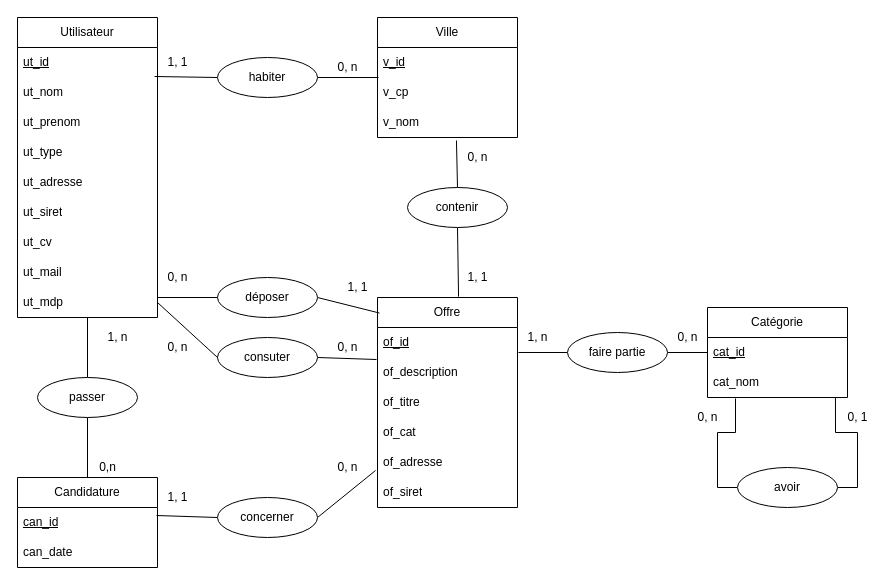
The draw.io diagram AMDWeb.drawio in Jojogit68/isoflat.github.io, before the edit. Source tidied: cells renumbered, new cells numbered last; positions are measured from the earlier drawing's top-left corner, leaving out a move shared by most shapes. Both pictures are drawn from the tidied source at 100%, with x=0, y=0 at pixel (17, 17).
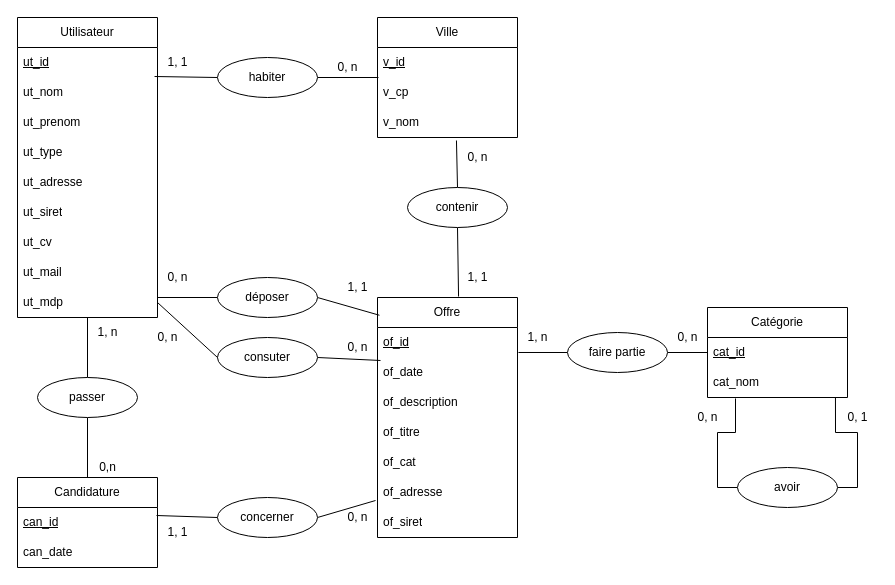
The same page after the edit.

Commit message (it also covers changes not shown here):
Mettre à jour AMDWeb.drawio

Unchanged cells that the change refers to:
```xml
<mxCell id="61" value="consuter" style="ellipse;whiteSpace=wrap;html=1;" parent="1" vertex="1">
  <mxGeometry x="200" y="320" width="100" height="40" as="geometry" />
</mxCell>
```

The edit, as a diff of the source:
```diff
@@
     <mxCell id="5" value="Offre" style="swimlane;fontStyle=0;horizontal=1;startSize=30;whiteSpace=wrap;html=1;" parent="1" vertex="1">
-      <mxGeometry x="360" y="280" width="140" height="210" as="geometry" />
+      <mxGeometry x="360" y="280" width="140" height="240" as="geometry" />
     </mxCell>
@@
+    <mxCell id="70" value="of_date" style="text;strokeColor=none;fillColor=none;align=left;verticalAlign=middle;spacingLeft=4;spacingRight=4;overflow=hidden;whiteSpace=wrap;html=1;" parent="5" vertex="1">
+      <mxGeometry y="60" width="140" height="30" as="geometry" />
+    </mxCell>
     <mxCell id="7" value="of_description" style="text;strokeColor=none;fillColor=none;align=left;verticalAlign=middle;spacingLeft=4;spacingRight=4;overflow=hidden;points=[[0,0.5],[1,0.5]];portConstraint=eastwest;whiteSpace=wrap;html=1;" parent="5" vertex="1">
-      <mxGeometry y="60" width="140" height="30" as="geometry" />
+      <mxGeometry y="90" width="140" height="30" as="geometry" />
     </mxCell>
     <mxCell id="8" value="of_titre" style="text;strokeColor=none;fillColor=none;align=left;verticalAlign=middle;spacingLeft=4;spacingRight=4;overflow=hidden;whiteSpace=wrap;html=1;" parent="5" vertex="1">
-      <mxGeometry y="90" width="140" height="30" as="geometry" />
+      <mxGeometry y="120" width="140" height="30" as="geometry" />
     </mxCell>
     <mxCell id="9" value="of_cat" style="text;strokeColor=none;fillColor=none;align=left;verticalAlign=middle;spacingLeft=4;spacingRight=4;overflow=hidden;whiteSpace=wrap;html=1;" parent="5" vertex="1">
-      <mxGeometry y="120" width="140" height="30" as="geometry" />
+      <mxGeometry y="150" width="140" height="30" as="geometry" />
     </mxCell>
     <mxCell id="10" value="of_adresse" style="text;strokeColor=none;fillColor=none;align=left;verticalAlign=middle;spacingLeft=4;spacingRight=4;overflow=hidden;points=[[0,0.5],[1,0.5]];portConstraint=eastwest;whiteSpace=wrap;html=1;" parent="5" vertex="1">
-      <mxGeometry y="150" width="140" height="30" as="geometry" />
+      <mxGeometry y="180" width="140" height="30" as="geometry" />
     </mxCell>
     <mxCell id="11" value="of_siret" style="text;strokeColor=none;fillColor=none;align=left;verticalAlign=middle;spacingLeft=4;spacingRight=4;overflow=hidden;whiteSpace=wrap;html=1;" parent="5" vertex="1">
-      <mxGeometry y="180" width="140" height="30" as="geometry" />
+      <mxGeometry y="210" width="140" height="30" as="geometry" />
     </mxCell>
@@
     <mxCell id="50" value="1, n" style="text;html=1;align=center;verticalAlign=middle;strokeColor=none;fillColor=none;" parent="1" vertex="1">
-      <mxGeometry x="80" y="305" width="40" height="30" as="geometry" />
+      <mxGeometry x="70" y="300" width="40" height="30" as="geometry" />
     </mxCell>
@@
     <mxCell id="52" value="1, 1" style="text;html=1;align=center;verticalAlign=middle;strokeColor=none;fillColor=none;" parent="1" vertex="1">
-      <mxGeometry x="140" y="465" width="40" height="30" as="geometry" />
+      <mxGeometry x="140" y="500" width="40" height="30" as="geometry" />
     </mxCell>
     <mxCell id="53" value="0, n" style="text;html=1;align=center;verticalAlign=middle;strokeColor=none;fillColor=none;" parent="1" vertex="1">
-      <mxGeometry x="310" y="435" width="40" height="30" as="geometry" />
+      <mxGeometry x="320" y="485" width="40" height="30" as="geometry" />
     </mxCell>
@@
-    <mxCell id="60" style="edgeStyle=none;rounded=0;jettySize=auto;html=1;exitX=1;exitY=0.5;exitDx=0;exitDy=0;entryX=-0.007;entryY=0.067;entryDx=0;entryDy=0;entryPerimeter=0;endArrow=none;endFill=0;" parent="1" edge="1" source="61" target="7">
+    <mxCell id="60" style="edgeStyle=none;rounded=0;jettySize=auto;html=1;exitX=1;exitY=0.5;exitDx=0;exitDy=0;entryX=1.075;entryY=0.933;entryDx=0;entryDy=0;entryPerimeter=0;endArrow=none;endFill=0;" parent="1" edge="1" source="61" target="67">
       <mxGeometry relative="1" as="geometry" />
     </mxCell>
@@
     <mxCell id="66" value="0, n" style="text;html=1;align=center;verticalAlign=middle;strokeColor=none;fillColor=none;" parent="1" vertex="1">
-      <mxGeometry x="140" y="315" width="40" height="30" as="geometry" />
+      <mxGeometry x="130" y="305" width="40" height="30" as="geometry" />
     </mxCell>
     <mxCell id="67" value="0, n" style="text;html=1;align=center;verticalAlign=middle;points=[];strokeColor=none;fillColor=none;" parent="1" vertex="1">
-      <mxGeometry x="310" y="315" width="40" height="30" as="geometry" />
+      <mxGeometry x="320" y="315" width="40" height="30" as="geometry" />
     </mxCell>
```
